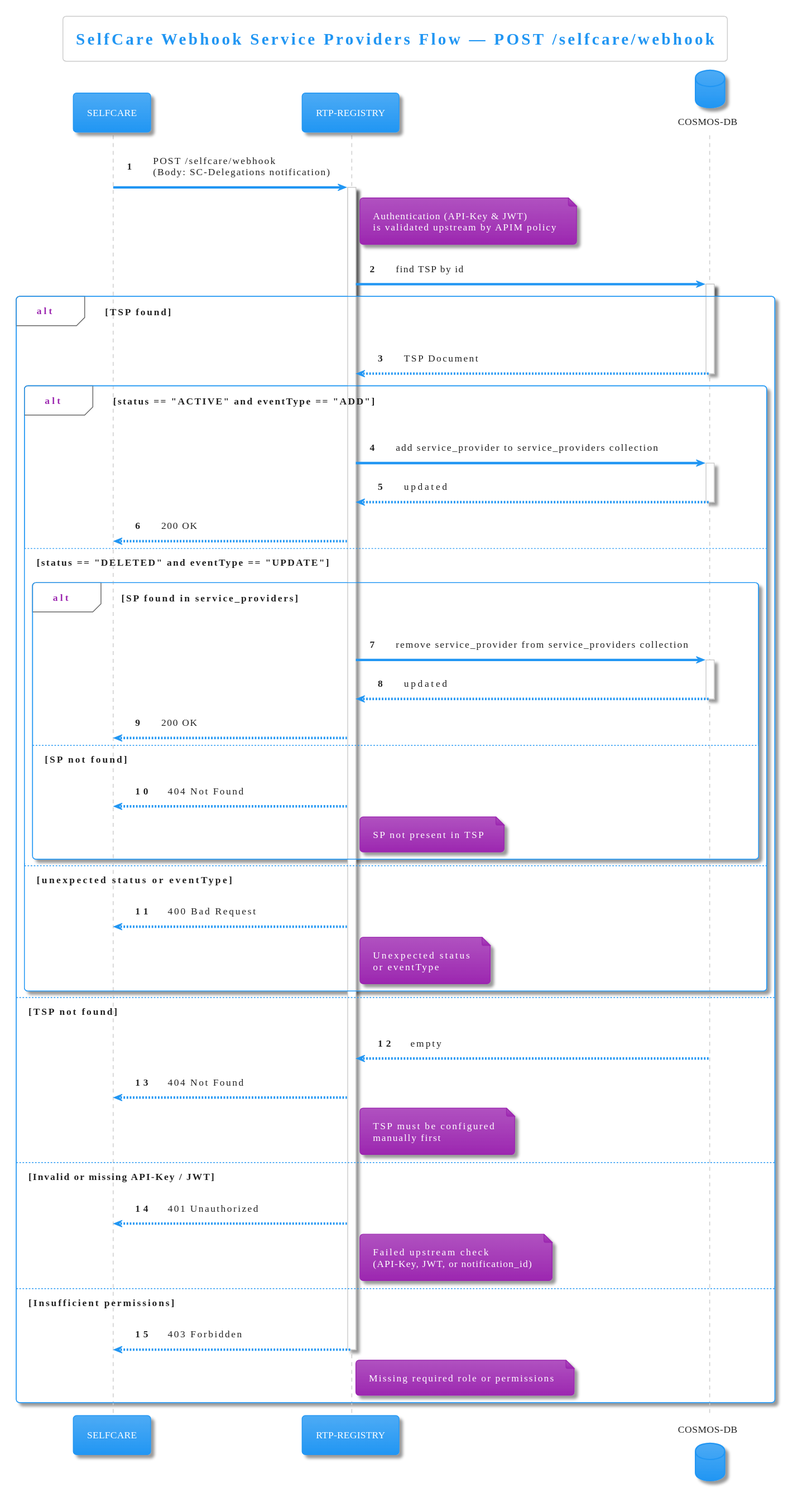
The PlantUML diagram diagrams/selfcare-service-providers-webhook.svg in pagopa/rtp-docs, before a commit.
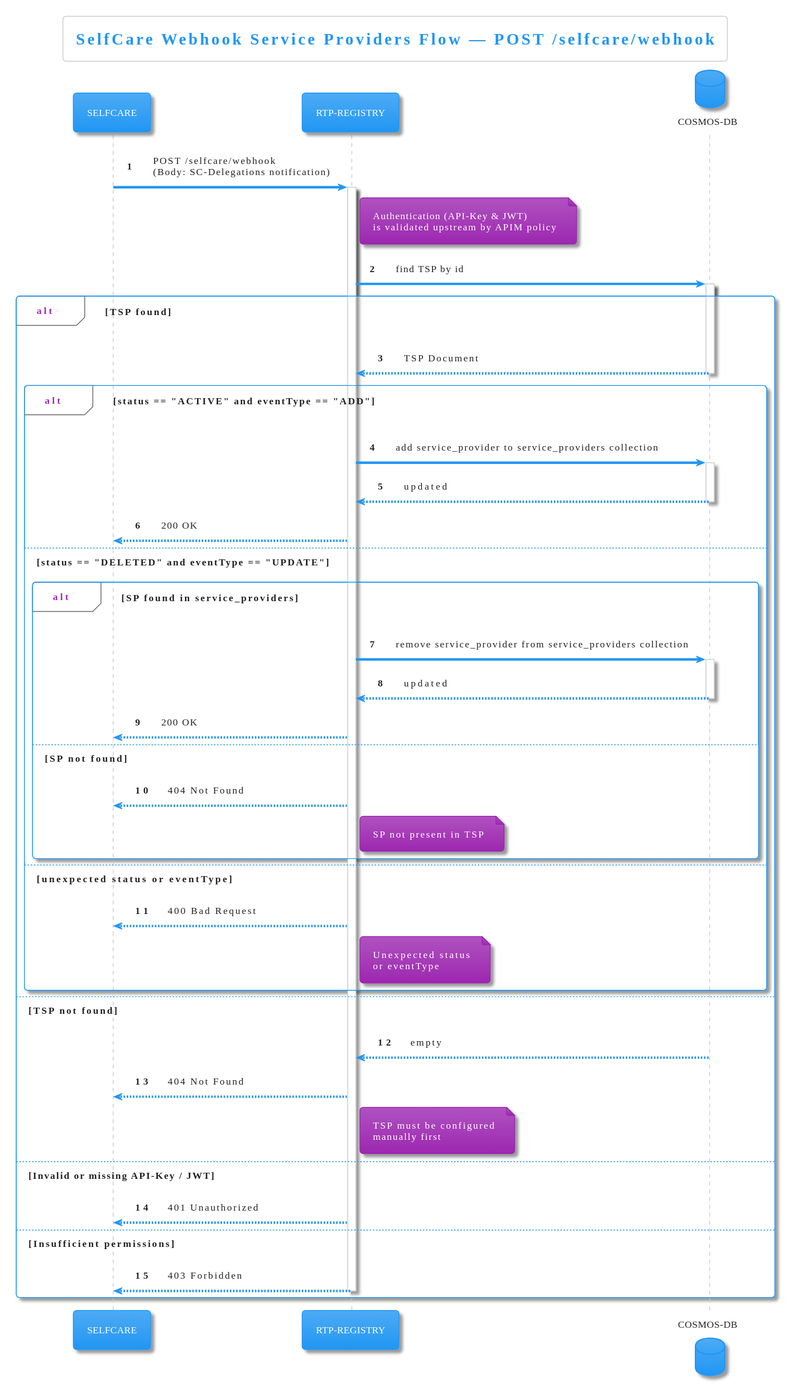
The same file after the commit.

Change to the diagram source:
```diff
@@ -63,17 +63,10 @@
 
 else Invalid or missing API-Key / JWT
     REG --> SC: 401 Unauthorized
-    note right of REG
-      Failed upstream check
-      (API-Key, JWT, or notification_id)
-    end note
 
 else Insufficient permissions
     REG --> SC: 403 Forbidden
     deactivate REG
-    note right of REG
-      Missing required role or permissions
-    end note
 
 end
 @enduml
```
